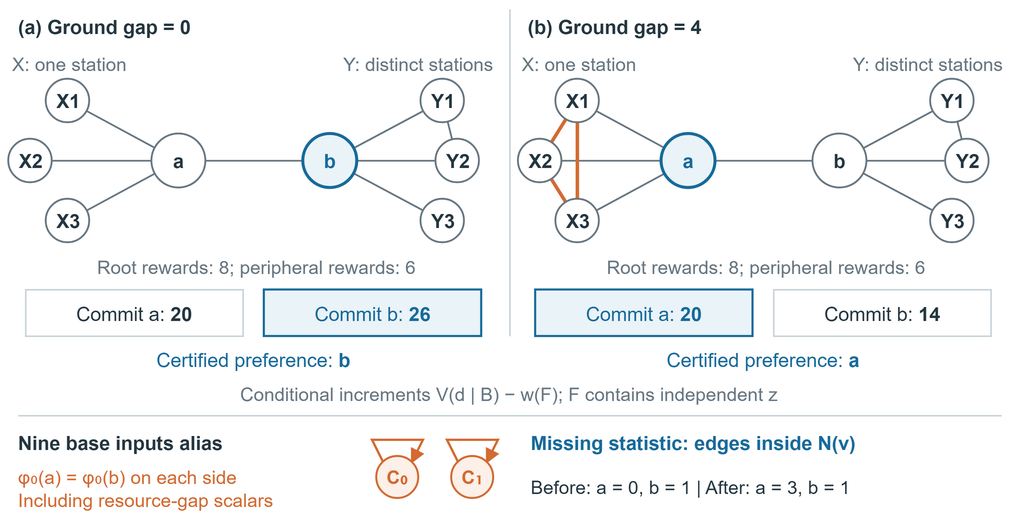
This is paper/figures/motivation.drawio.png from Mister-Ryder/AAMAS2027_CIPHEUR, a draw.io export, as it was before one commit. Source tidied: cells renumbered, new cells last; positions are measured from the earlier drawing's top-left corner, leaving out a move shared by most shapes.
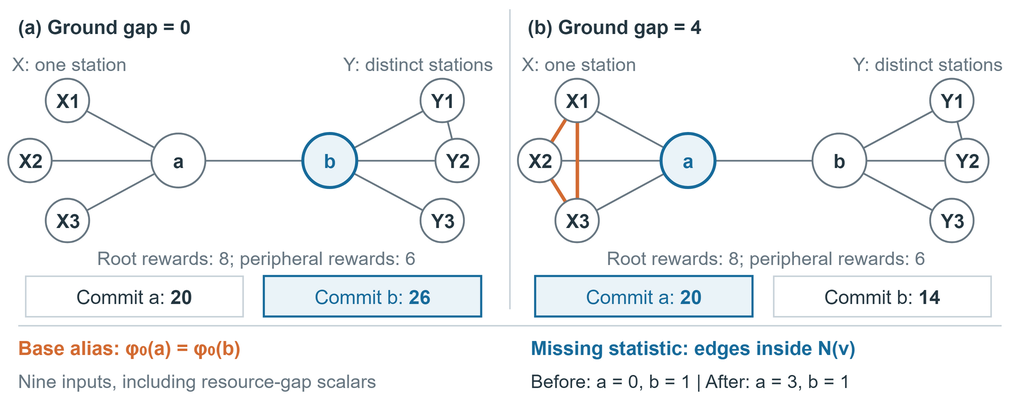
Later version of the same file.

Diff of the diagram source:
```diff
@@ -3,18 +3,18 @@
     <mxCell id="0" />
     <mxCell id="1" parent="0" />
     <mxCell id="2" style="rounded=0;html=1;whiteSpace=wrap;fontFamily=Arial;fontSize=13;fontColor=#243640;fontStyle=0;align=center;verticalAlign=middle;fillColor=#FFFFFF;strokeColor=none;strokeWidth=1;dashed=0;spacing=6;" parent="1" vertex="1">
-      <mxGeometry width="680" height="348" as="geometry" />
+      <mxGeometry width="680" height="270" as="geometry" />
     </mxCell>
-    <mxCell id="3" value="\(a\) Ground gap = 0" style="text;html=1;whiteSpace=wrap;overflow=hidden;fontFamily=Arial;fontSize=13;fontColor=#243640;fontStyle=1;align=left;verticalAlign=middle;spacing=0;strokeColor=none;fillColor=none;" parent="1" vertex="1">
+    <mxCell id="3" value="(a) Ground gap = 0" style="text;html=1;whiteSpace=wrap;overflow=hidden;fontFamily=Arial;fontSize=13;fontColor=#243640;fontStyle=1;align=left;verticalAlign=middle;spacing=0;strokeColor=none;fillColor=none;" parent="1" vertex="1">
       <mxGeometry x="12" y="5" width="318" height="26" as="geometry" />
     </mxCell>
-    <mxCell id="4" value="\(b\) Ground gap = 4" style="text;html=1;whiteSpace=wrap;overflow=hidden;fontFamily=Arial;fontSize=13;fontColor=#243640;fontStyle=1;align=left;verticalAlign=middle;spacing=0;strokeColor=none;fillColor=none;" parent="1" vertex="1">
+    <mxCell id="4" value="(b) Ground gap = 4" style="text;html=1;whiteSpace=wrap;overflow=hidden;fontFamily=Arial;fontSize=13;fontColor=#243640;fontStyle=1;align=left;verticalAlign=middle;spacing=0;strokeColor=none;fillColor=none;" parent="1" vertex="1">
       <mxGeometry x="352" y="5" width="318" height="26" as="geometry" />
     </mxCell>
     <mxCell id="5" style="html=1;strokeColor=#C8D2D9;strokeWidth=1;endArrow=none;endFill=1;dashed=0;rounded=0;" parent="1" edge="1">
       <mxGeometry relative="1" as="geometry">
         <mxPoint x="340" y="6" as="sourcePoint" />
-        <mxPoint x="340" y="224" as="targetPoint" />
+        <mxPoint x="340" y="206" as="targetPoint" />
       </mxGeometry>
     </mxCell>
     <mxCell id="6" value="X: one station" style="text;html=1;whiteSpace=wrap;overflow=hidden;fontFamily=Arial;fontSize=12.5;fontColor=#687782;fontStyle=0;align=left;verticalAlign=middle;spacing=0;strokeColor=none;fillColor=none;" parent="1" vertex="1">
@@ -96,171 +96,136 @@
       <mxGeometry x="280.5" y="132.5" width="29" height="29" as="geometry" />
     </mxCell>
     <mxCell id="24" value="Root rewards: 8; peripheral rewards: 6" style="text;html=1;whiteSpace=wrap;overflow=hidden;fontFamily=Arial;fontSize=12.5;fontColor=#687782;fontStyle=0;align=center;verticalAlign=middle;spacing=0;strokeColor=none;fillColor=none;" parent="1" vertex="1">
-      <mxGeometry x="21" y="168" width="300" height="20" as="geometry" />
+      <mxGeometry x="21" y="163" width="300" height="18" as="geometry" />
     </mxCell>
     <mxCell id="25" value="Commit a: &lt;b&gt;20&lt;/b&gt;" style="rounded=0;html=1;whiteSpace=wrap;fontFamily=Arial;fontSize=13;fontColor=#243640;fontStyle=0;align=center;verticalAlign=middle;fillColor=#FFFFFF;strokeColor=#C8D2D9;strokeWidth=1;dashed=0;spacing=6;" parent="1" vertex="1">
-      <mxGeometry x="17" y="193" width="145" height="31" as="geometry" />
+      <mxGeometry x="17" y="184" width="145" height="27" as="geometry" />
     </mxCell>
     <mxCell id="26" value="Commit b: &lt;b&gt;26&lt;/b&gt;" style="rounded=0;html=1;whiteSpace=wrap;fontFamily=Arial;fontSize=13;fontColor=#176B9B;fontStyle=0;align=center;verticalAlign=middle;fillColor=#EAF3F8;strokeColor=#176B9B;strokeWidth=1.4;dashed=0;spacing=6;" parent="1" vertex="1">
-      <mxGeometry x="176" y="193" width="145" height="31" as="geometry" />
+      <mxGeometry x="176" y="184" width="145" height="27" as="geometry" />
     </mxCell>
-    <mxCell id="27" value="Certified preference: &lt;b&gt;b&lt;/b&gt;" style="text;html=1;whiteSpace=wrap;overflow=hidden;fontFamily=Arial;fontSize=13;fontColor=#176B9B;fontStyle=0;align=center;verticalAlign=middle;spacing=0;strokeColor=none;fillColor=none;" parent="1" vertex="1">
-      <mxGeometry x="17" y="229" width="304" height="21" as="geometry" />
+    <mxCell id="27" value="X: one station" style="text;html=1;whiteSpace=wrap;overflow=hidden;fontFamily=Arial;fontSize=12.5;fontColor=#687782;fontStyle=0;align=left;verticalAlign=middle;spacing=0;strokeColor=none;fillColor=none;" parent="1" vertex="1">
+      <mxGeometry x="348" y="31" width="126" height="23" as="geometry" />
     </mxCell>
-    <mxCell id="28" value="X: one station" style="text;html=1;whiteSpace=wrap;overflow=hidden;fontFamily=Arial;fontSize=12.5;fontColor=#687782;fontStyle=0;align=left;verticalAlign=middle;spacing=0;strokeColor=none;fillColor=none;" parent="1" vertex="1">
-      <mxGeometry x="348" y="31" width="126" height="23" as="geometry" />
+    <mxCell id="28" value="Y: distinct stations" style="text;html=1;whiteSpace=wrap;overflow=hidden;fontFamily=Arial;fontSize=12.5;fontColor=#687782;fontStyle=0;align=right;verticalAlign=middle;spacing=0;strokeColor=none;fillColor=none;" parent="1" vertex="1">
+      <mxGeometry x="519" y="31" width="150" height="23" as="geometry" />
     </mxCell>
-    <mxCell id="29" value="Y: distinct stations" style="text;html=1;whiteSpace=wrap;overflow=hidden;fontFamily=Arial;fontSize=12.5;fontColor=#687782;fontStyle=0;align=right;verticalAlign=middle;spacing=0;strokeColor=none;fillColor=none;" parent="1" vertex="1">
-      <mxGeometry x="519" y="31" width="150" height="23" as="geometry" />
+    <mxCell id="29" style="html=1;strokeColor=#687782;strokeWidth=1.15;endArrow=none;endFill=1;dashed=0;rounded=0;" parent="1" edge="1">
+      <mxGeometry relative="1" as="geometry">
+        <mxPoint x="459" y="107" as="sourcePoint" />
+        <mxPoint x="560" y="107" as="targetPoint" />
+      </mxGeometry>
     </mxCell>
     <mxCell id="30" style="html=1;strokeColor=#687782;strokeWidth=1.15;endArrow=none;endFill=1;dashed=0;rounded=0;" parent="1" edge="1">
       <mxGeometry relative="1" as="geometry">
         <mxPoint x="459" y="107" as="sourcePoint" />
-        <mxPoint x="560" y="107" as="targetPoint" />
+        <mxPoint x="385" y="67" as="targetPoint" />
       </mxGeometry>
     </mxCell>
     <mxCell id="31" style="html=1;strokeColor=#687782;strokeWidth=1.15;endArrow=none;endFill=1;dashed=0;rounded=0;" parent="1" edge="1">
       <mxGeometry relative="1" as="geometry">
         <mxPoint x="459" y="107" as="sourcePoint" />
-        <mxPoint x="385" y="67" as="targetPoint" />
+        <mxPoint x="360" y="107" as="targetPoint" />
       </mxGeometry>
     </mxCell>
     <mxCell id="32" style="html=1;strokeColor=#687782;strokeWidth=1.15;endArrow=none;endFill=1;dashed=0;rounded=0;" parent="1" edge="1">
       <mxGeometry relative="1" as="geometry">
         <mxPoint x="459" y="107" as="sourcePoint" />
-        <mxPoint x="360" y="107" as="targetPoint" />
+        <mxPoint x="385" y="147" as="targetPoint" />
       </mxGeometry>
     </mxCell>
     <mxCell id="33" style="html=1;strokeColor=#687782;strokeWidth=1.15;endArrow=none;endFill=1;dashed=0;rounded=0;" parent="1" edge="1">
       <mxGeometry relative="1" as="geometry">
-        <mxPoint x="459" y="107" as="sourcePoint" />
-        <mxPoint x="385" y="147" as="targetPoint" />
+        <mxPoint x="560" y="107" as="sourcePoint" />
+        <mxPoint x="635" y="67" as="targetPoint" />
       </mxGeometry>
     </mxCell>
     <mxCell id="34" style="html=1;strokeColor=#687782;strokeWidth=1.15;endArrow=none;endFill=1;dashed=0;rounded=0;" parent="1" edge="1">
       <mxGeometry relative="1" as="geometry">
         <mxPoint x="560" y="107" as="sourcePoint" />
-        <mxPoint x="635" y="67" as="targetPoint" />
+        <mxPoint x="645" y="107" as="targetPoint" />
       </mxGeometry>
     </mxCell>
     <mxCell id="35" style="html=1;strokeColor=#687782;strokeWidth=1.15;endArrow=none;endFill=1;dashed=0;rounded=0;" parent="1" edge="1">
       <mxGeometry relative="1" as="geometry">
         <mxPoint x="560" y="107" as="sourcePoint" />
-        <mxPoint x="645" y="107" as="targetPoint" />
+        <mxPoint x="635" y="147" as="targetPoint" />
       </mxGeometry>
     </mxCell>
     <mxCell id="36" style="html=1;strokeColor=#687782;strokeWidth=1.15;endArrow=none;endFill=1;dashed=0;rounded=0;" parent="1" edge="1">
       <mxGeometry relative="1" as="geometry">
-        <mxPoint x="560" y="107" as="sourcePoint" />
-        <mxPoint x="635" y="147" as="targetPoint" />
+        <mxPoint x="635" y="67" as="sourcePoint" />
+        <mxPoint x="645" y="107" as="targetPoint" />
       </mxGeometry>
     </mxCell>
-    <mxCell id="37" style="html=1;strokeColor=#687782;strokeWidth=1.15;endArrow=none;endFill=1;dashed=0;rounded=0;" parent="1" edge="1">
+    <mxCell id="37" style="html=1;strokeColor=#D36B32;strokeWidth=2.3;endArrow=none;endFill=1;dashed=0;rounded=0;" parent="1" edge="1">
       <mxGeometry relative="1" as="geometry">
-        <mxPoint x="635" y="67" as="sourcePoint" />
-        <mxPoint x="645" y="107" as="targetPoint" />
+        <mxPoint x="385" y="67" as="sourcePoint" />
+        <mxPoint x="360" y="107" as="targetPoint" />
       </mxGeometry>
     </mxCell>
     <mxCell id="38" style="html=1;strokeColor=#D36B32;strokeWidth=2.3;endArrow=none;endFill=1;dashed=0;rounded=0;" parent="1" edge="1">
       <mxGeometry relative="1" as="geometry">
-        <mxPoint x="385" y="67" as="sourcePoint" />
-        <mxPoint x="360" y="107" as="targetPoint" />
+        <mxPoint x="360" y="107" as="sourcePoint" />
+        <mxPoint x="385" y="147" as="targetPoint" />
       </mxGeometry>
     </mxCell>
     <mxCell id="39" style="html=1;strokeColor=#D36B32;strokeWidth=2.3;endArrow=none;endFill=1;dashed=0;rounded=0;" parent="1" edge="1">
       <mxGeometry relative="1" as="geometry">
-        <mxPoint x="360" y="107" as="sourcePoint" />
+        <mxPoint x="385" y="67" as="sourcePoint" />
         <mxPoint x="385" y="147" as="targetPoint" />
       </mxGeometry>
     </mxCell>
-    <mxCell id="40" style="html=1;strokeColor=#D36B32;strokeWidth=2.3;endArrow=none;endFill=1;dashed=0;rounded=0;" parent="1" edge="1">
-      <mxGeometry relative="1" as="geometry">
-        <mxPoint x="385" y="67" as="sourcePoint" />
-        <mxPoint x="385" y="147" as="targetPoint" />
-      </mxGeometry>
+    <mxCell id="40" value="a" style="ellipse;html=1;whiteSpace=wrap;fontFamily=Arial;fontSize=13;fontColor=#176B9B;fontStyle=1;fillColor=#EAF3F8;strokeColor=#176B9B;strokeWidth=2;align=center;verticalAlign=middle;spacing=0;" parent="1" vertex="1">
+      <mxGeometry x="441" y="89" width="36" height="36" as="geometry" />
     </mxCell>
-    <mxCell id="41" value="a" style="ellipse;html=1;whiteSpace=wrap;fontFamily=Arial;fontSize=13;fontColor=#176B9B;fontStyle=1;fillColor=#EAF3F8;strokeColor=#176B9B;strokeWidth=2;align=center;verticalAlign=middle;spacing=0;" parent="1" vertex="1">
-      <mxGeometry x="441" y="89" width="36" height="36" as="geometry" />
+    <mxCell id="41" value="b" style="ellipse;html=1;whiteSpace=wrap;fontFamily=Arial;fontSize=13;fontColor=#243640;fontStyle=1;fillColor=#FFFFFF;strokeColor=#687782;strokeWidth=1.2;align=center;verticalAlign=middle;spacing=0;" parent="1" vertex="1">
+      <mxGeometry x="542" y="89" width="36" height="36" as="geometry" />
     </mxCell>
-    <mxCell id="42" value="b" style="ellipse;html=1;whiteSpace=wrap;fontFamily=Arial;fontSize=13;fontColor=#243640;fontStyle=1;fillColor=#FFFFFF;strokeColor=#687782;strokeWidth=1.2;align=center;verticalAlign=middle;spacing=0;" parent="1" vertex="1">
-      <mxGeometry x="542" y="89" width="36" height="36" as="geometry" />
+    <mxCell id="42" value="X1" style="ellipse;html=1;whiteSpace=wrap;fontFamily=Arial;fontSize=13;fontColor=#243640;fontStyle=1;fillColor=#FFFFFF;strokeColor=#687782;strokeWidth=1.2;align=center;verticalAlign=middle;spacing=0;" parent="1" vertex="1">
+      <mxGeometry x="370.5" y="52.5" width="29" height="29" as="geometry" />
     </mxCell>
-    <mxCell id="43" value="X1" style="ellipse;html=1;whiteSpace=wrap;fontFamily=Arial;fontSize=13;fontColor=#243640;fontStyle=1;fillColor=#FFFFFF;strokeColor=#687782;strokeWidth=1.2;align=center;verticalAlign=middle;spacing=0;" parent="1" vertex="1">
-      <mxGeometry x="370.5" y="52.5" width="29" height="29" as="geometry" />
+    <mxCell id="43" value="X2" style="ellipse;html=1;whiteSpace=wrap;fontFamily=Arial;fontSize=13;fontColor=#243640;fontStyle=1;fillColor=#FFFFFF;strokeColor=#687782;strokeWidth=1.2;align=center;verticalAlign=middle;spacing=0;" parent="1" vertex="1">
+      <mxGeometry x="345.5" y="92.5" width="29" height="29" as="geometry" />
     </mxCell>
-    <mxCell id="44" value="X2" style="ellipse;html=1;whiteSpace=wrap;fontFamily=Arial;fontSize=13;fontColor=#243640;fontStyle=1;fillColor=#FFFFFF;strokeColor=#687782;strokeWidth=1.2;align=center;verticalAlign=middle;spacing=0;" parent="1" vertex="1">
-      <mxGeometry x="345.5" y="92.5" width="29" height="29" as="geometry" />
+    <mxCell id="44" value="X3" style="ellipse;html=1;whiteSpace=wrap;fontFamily=Arial;fontSize=13;fontColor=#243640;fontStyle=1;fillColor=#FFFFFF;strokeColor=#687782;strokeWidth=1.2;align=center;verticalAlign=middle;spacing=0;" parent="1" vertex="1">
+      <mxGeometry x="370.5" y="132.5" width="29" height="29" as="geometry" />
     </mxCell>
-    <mxCell id="45" value="X3" style="ellipse;html=1;whiteSpace=wrap;fontFamily=Arial;fontSize=13;fontColor=#243640;fontStyle=1;fillColor=#FFFFFF;strokeColor=#687782;strokeWidth=1.2;align=center;verticalAlign=middle;spacing=0;" parent="1" vertex="1">
-      <mxGeometry x="370.5" y="132.5" width="29" height="29" as="geometry" />
+    <mxCell id="45" value="Y1" style="ellipse;html=1;whiteSpace=wrap;fontFamily=Arial;fontSize=13;fontColor=#243640;fontStyle=1;fillColor=#FFFFFF;strokeColor=#687782;strokeWidth=1.2;align=center;verticalAlign=middle;spacing=0;" parent="1" vertex="1">
+      <mxGeometry x="620.5" y="52.5" width="29" height="29" as="geometry" />
     </mxCell>
-    <mxCell id="46" value="Y1" style="ellipse;html=1;whiteSpace=wrap;fontFamily=Arial;fontSize=13;fontColor=#243640;fontStyle=1;fillColor=#FFFFFF;strokeColor=#687782;strokeWidth=1.2;align=center;verticalAlign=middle;spacing=0;" parent="1" vertex="1">
-      <mxGeometry x="620.5" y="52.5" width="29" height="29" as="geometry" />
+    <mxCell id="46" value="Y2" style="ellipse;html=1;whiteSpace=wrap;fontFamily=Arial;fontSize=13;fontColor=#243640;fontStyle=1;fillColor=#FFFFFF;strokeColor=#687782;strokeWidth=1.2;align=center;verticalAlign=middle;spacing=0;" parent="1" vertex="1">
+      <mxGeometry x="630.5" y="92.5" width="29" height="29" as="geometry" />
     </mxCell>
-    <mxCell id="47" value="Y2" style="ellipse;html=1;whiteSpace=wrap;fontFamily=Arial;fontSize=13;fontColor=#243640;fontStyle=1;fillColor=#FFFFFF;strokeColor=#687782;strokeWidth=1.2;align=center;verticalAlign=middle;spacing=0;" parent="1" vertex="1">
-      <mxGeometry x="630.5" y="92.5" width="29" height="29" as="geometry" />
+    <mxCell id="47" value="Y3" style="ellipse;html=1;whiteSpace=wrap;fontFamily=Arial;fontSize=13;fontColor=#243640;fontStyle=1;fillColor=#FFFFFF;strokeColor=#687782;strokeWidth=1.2;align=center;verticalAlign=middle;spacing=0;" parent="1" vertex="1">
+      <mxGeometry x="620.5" y="132.5" width="29" height="29" as="geometry" />
     </mxCell>
-    <mxCell id="48" value="Y3" style="ellipse;html=1;whiteSpace=wrap;fontFamily=Arial;fontSize=13;fontColor=#243640;fontStyle=1;fillColor=#FFFFFF;strokeColor=#687782;strokeWidth=1.2;align=center;verticalAlign=middle;spacing=0;" parent="1" vertex="1">
-      <mxGeometry x="620.5" y="132.5" width="29" height="29" as="geometry" />
+    <mxCell id="48" value="Root rewards: 8; peripheral rewards: 6" style="text;html=1;whiteSpace=wrap;overflow=hidden;fontFamily=Arial;fontSize=12.5;fontColor=#687782;fontStyle=0;align=center;verticalAlign=middle;spacing=0;strokeColor=none;fillColor=none;" parent="1" vertex="1">
+      <mxGeometry x="361" y="163" width="300" height="18" as="geometry" />
     </mxCell>
-    <mxCell id="49" value="Root rewards: 8; peripheral rewards: 6" style="text;html=1;whiteSpace=wrap;overflow=hidden;fontFamily=Arial;fontSize=12.5;fontColor=#687782;fontStyle=0;align=center;verticalAlign=middle;spacing=0;strokeColor=none;fillColor=none;" parent="1" vertex="1">
-      <mxGeometry x="361" y="168" width="300" height="20" as="geometry" />
+    <mxCell id="49" value="Commit a: &lt;b&gt;20&lt;/b&gt;" style="rounded=0;html=1;whiteSpace=wrap;fontFamily=Arial;fontSize=13;fontColor=#176B9B;fontStyle=0;align=center;verticalAlign=middle;fillColor=#EAF3F8;strokeColor=#176B9B;strokeWidth=1.4;dashed=0;spacing=6;" parent="1" vertex="1">
+      <mxGeometry x="357" y="184" width="145" height="27" as="geometry" />
     </mxCell>
-    <mxCell id="50" value="Commit a: &lt;b&gt;20&lt;/b&gt;" style="rounded=0;html=1;whiteSpace=wrap;fontFamily=Arial;fontSize=13;fontColor=#176B9B;fontStyle=0;align=center;verticalAlign=middle;fillColor=#EAF3F8;strokeColor=#176B9B;strokeWidth=1.4;dashed=0;spacing=6;" parent="1" vertex="1">
-      <mxGeometry x="357" y="193" width="145" height="31" as="geometry" />
+    <mxCell id="50" value="Commit b: &lt;b&gt;14&lt;/b&gt;" style="rounded=0;html=1;whiteSpace=wrap;fontFamily=Arial;fontSize=13;fontColor=#243640;fontStyle=0;align=center;verticalAlign=middle;fillColor=#FFFFFF;strokeColor=#C8D2D9;strokeWidth=1;dashed=0;spacing=6;" parent="1" vertex="1">
+      <mxGeometry x="516" y="184" width="145" height="27" as="geometry" />
     </mxCell>
-    <mxCell id="51" value="Commit b: &lt;b&gt;14&lt;/b&gt;" style="rounded=0;html=1;whiteSpace=wrap;fontFamily=Arial;fontSize=13;fontColor=#243640;fontStyle=0;align=center;verticalAlign=middle;fillColor=#FFFFFF;strokeColor=#C8D2D9;strokeWidth=1;dashed=0;spacing=6;" parent="1" vertex="1">
-      <mxGeometry x="516" y="193" width="145" height="31" as="geometry" />
+    <mxCell id="51" style="html=1;strokeColor=#C8D2D9;strokeWidth=1;endArrow=none;endFill=1;dashed=0;rounded=0;" parent="1" edge="1">
+      <mxGeometry relative="1" as="geometry">
+        <mxPoint x="12" y="217" as="sourcePoint" />
+        <mxPoint x="668" y="217" as="targetPoint" />
+      </mxGeometry>
     </mxCell>
-    <mxCell id="52" value="Certified preference: &lt;b&gt;a&lt;/b&gt;" style="text;html=1;whiteSpace=wrap;overflow=hidden;fontFamily=Arial;fontSize=13;fontColor=#176B9B;fontStyle=0;align=center;verticalAlign=middle;spacing=0;strokeColor=none;fillColor=none;" parent="1" vertex="1">
-      <mxGeometry x="357" y="229" width="304" height="21" as="geometry" />
+    <mxCell id="52" value="Base alias: φ₀(a) = φ₀(b)" style="text;html=1;whiteSpace=wrap;overflow=hidden;fontFamily=Arial;fontSize=13;fontColor=#D36B32;fontStyle=1;align=left;verticalAlign=middle;spacing=0;strokeColor=none;fillColor=none;" parent="1" vertex="1">
+      <mxGeometry x="12" y="220" width="310" height="23" as="geometry" />
     </mxCell>
-    <mxCell id="53" value="Conditional increments V\(d | B\) − w\(F\); F contains independent z" style="text;html=1;whiteSpace=wrap;overflow=hidden;fontFamily=Arial;fontSize=12.5;fontColor=#687782;fontStyle=0;align=center;verticalAlign=middle;spacing=0;strokeColor=none;fillColor=none;" parent="1" vertex="1">
-      <mxGeometry x="14" y="254" width="651" height="18" as="geometry" />
+    <mxCell id="53" value="Nine inputs, including resource-gap scalars" style="text;html=1;whiteSpace=wrap;overflow=hidden;fontFamily=Arial;fontSize=12.5;fontColor=#687782;fontStyle=0;align=left;verticalAlign=middle;spacing=0;strokeColor=none;fillColor=none;" parent="1" vertex="1">
+      <mxGeometry x="12" y="244" width="318" height="20" as="geometry" />
     </mxCell>
-    <mxCell id="54" style="html=1;strokeColor=#C8D2D9;strokeWidth=1;endArrow=none;endFill=1;dashed=0;rounded=0;" parent="1" edge="1">
-      <mxGeometry relative="1" as="geometry">
-        <mxPoint x="12" y="277" as="sourcePoint" />
-        <mxPoint x="668" y="277" as="targetPoint" />
-      </mxGeometry>
+    <mxCell id="54" value="Missing statistic: edges inside N(v)" style="text;html=1;whiteSpace=wrap;overflow=hidden;fontFamily=Arial;fontSize=13;fontColor=#176B9B;fontStyle=1;align=left;verticalAlign=middle;spacing=0;strokeColor=none;fillColor=none;" parent="1" vertex="1">
+      <mxGeometry x="354" y="220" width="310" height="23" as="geometry" />
     </mxCell>
-    <mxCell id="55" value="Nine base inputs alias" style="text;html=1;whiteSpace=wrap;overflow=hidden;fontFamily=Arial;fontSize=13;fontColor=#243640;fontStyle=1;align=left;verticalAlign=middle;spacing=0;strokeColor=none;fillColor=none;" parent="1" vertex="1">
-      <mxGeometry x="12" y="284" width="219" height="22" as="geometry" />
+    <mxCell id="55" value="Before: a = 0, b = 1  |  After: a = 3, b = 1" style="text;html=1;whiteSpace=wrap;overflow=hidden;fontFamily=Arial;fontSize=12.5;fontColor=#243640;fontStyle=0;align=left;verticalAlign=middle;spacing=0;strokeColor=none;fillColor=none;" parent="1" vertex="1">
+      <mxGeometry x="354" y="244" width="310" height="20" as="geometry" />
     </mxCell>
-    <mxCell id="56" value="φ₀\(a\) = φ₀\(b\) on each side&lt;br&gt;Including resource-gap scalars" style="text;html=1;whiteSpace=wrap;overflow=hidden;fontFamily=Arial;fontSize=12.5;fontColor=#D36B32;fontStyle=0;align=left;verticalAlign=middle;spacing=0;strokeColor=none;fillColor=none;" parent="1" vertex="1">
-      <mxGeometry x="12" y="310" width="221" height="31" as="geometry" />
-    </mxCell>
-    <mxCell id="57" style="html=1;strokeColor=#D36B32;strokeWidth=1.5;endArrow=block;endFill=1;dashed=0;rounded=0;" parent="1" edge="1">
-      <mxGeometry relative="1" as="geometry">
-        <mxPoint x="256" y="309" as="sourcePoint" />
-        <mxPoint x="274" y="309" as="targetPoint" />
-        <Array as="points">
-          <mxPoint x="248" y="293" />
-          <mxPoint x="282" y="293" />
-        </Array>
-      </mxGeometry>
-    </mxCell>
-    <mxCell id="58" value="C₀" style="ellipse;html=1;whiteSpace=wrap;fontFamily=Arial;fontSize=12.5;fontColor=#D36B32;fontStyle=1;fillColor=#FCF0E8;strokeColor=#D36B32;strokeWidth=1.3;align=center;verticalAlign=middle;spacing=0;" parent="1" vertex="1">
-      <mxGeometry x="251" y="304" width="28" height="28" as="geometry" />
-    </mxCell>
-    <mxCell id="59" style="html=1;strokeColor=#D36B32;strokeWidth=1.5;endArrow=block;endFill=1;dashed=0;rounded=0;" parent="1" edge="1">
-      <mxGeometry relative="1" as="geometry">
-        <mxPoint x="306" y="309" as="sourcePoint" />
-        <mxPoint x="324" y="309" as="targetPoint" />
-        <Array as="points">
-          <mxPoint x="298" y="293" />
-          <mxPoint x="332" y="293" />
-        </Array>
-      </mxGeometry>
-    </mxCell>
-    <mxCell id="60" value="C₁" style="ellipse;html=1;whiteSpace=wrap;fontFamily=Arial;fontSize=12.5;fontColor=#D36B32;fontStyle=1;fillColor=#FCF0E8;strokeColor=#D36B32;strokeWidth=1.3;align=center;verticalAlign=middle;spacing=0;" parent="1" vertex="1">
-      <mxGeometry x="301" y="304" width="28" height="28" as="geometry" />
-    </mxCell>
-    <mxCell id="61" value="Missing statistic: edges inside N\(v\)" style="text;html=1;whiteSpace=wrap;overflow=hidden;fontFamily=Arial;fontSize=13;fontColor=#176B9B;fontStyle=1;align=left;verticalAlign=middle;spacing=0;strokeColor=none;fillColor=none;" parent="1" vertex="1">
-      <mxGeometry x="354" y="284" width="310" height="22" as="geometry" />
-    </mxCell>
-    <mxCell id="62" value="Before: a = 0, b = 1  |  After: a = 3, b = 1" style="text;html=1;whiteSpace=wrap;overflow=hidden;fontFamily=Arial;fontSize=12.5;fontColor=#243640;fontStyle=0;align=left;verticalAlign=middle;spacing=0;strokeColor=none;fillColor=none;" parent="1" vertex="1">
-      <mxGeometry x="354" y="310" width="310" height="30" as="geometry" />
-    </mxCell>
   </root>
 </mxGraphModel>
```
